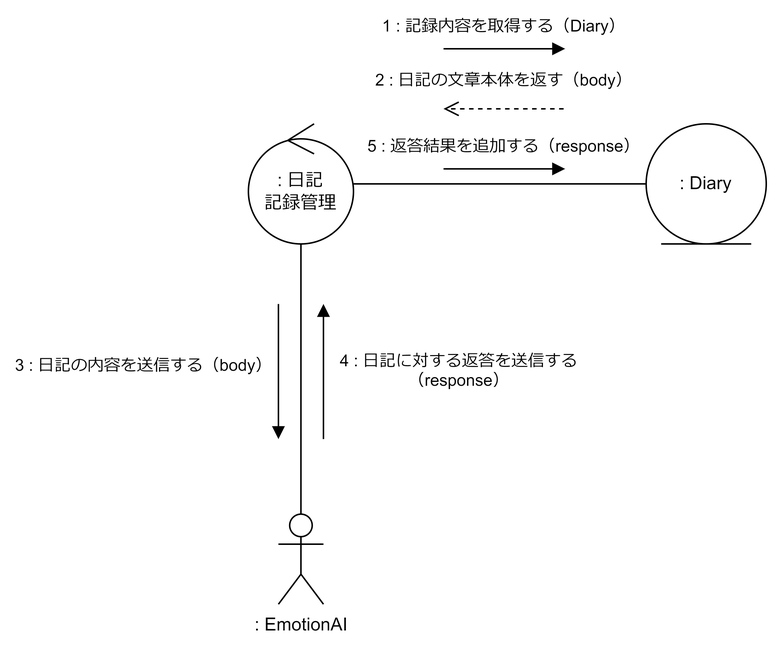
This is spec/figure_communication/export/#009_communication.png from ut42univ/EmoDialog, a draw.io export, as it was before one commit. Source tidied: cells renumbered, new cells last; positions are measured from the earlier drawing's top-left corner, leaving out a move shared by most shapes.
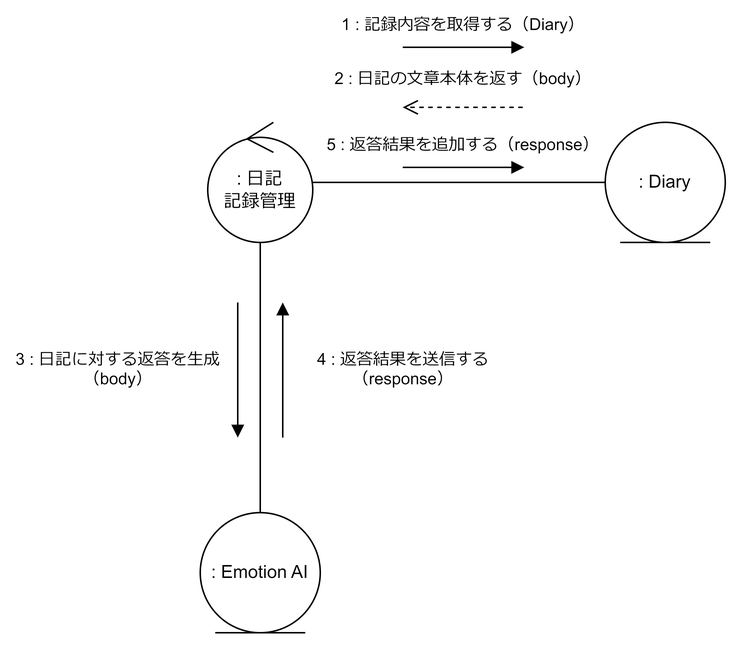
The same file after the commit.

Change to the diagram source:
```diff
@@ -2,13 +2,10 @@
   <root>
     <mxCell id="0" />
     <mxCell id="1" parent="0" />
-    <mxCell id="2" value=": EmotionAI" style="shape=umlActor;verticalLabelPosition=bottom;verticalAlign=top;html=1;" parent="1" vertex="1">
-      <mxGeometry x="20" y="310" width="30" height="60" as="geometry" />
-    </mxCell>
     <mxCell id="3" style="edgeStyle=none;html=1;rounded=0;endArrow=none;endFill=0;" parent="1" edge="1" source="5" target="6">
       <mxGeometry relative="1" as="geometry" />
     </mxCell>
-    <mxCell id="4" style="edgeStyle=none;rounded=0;html=1;entryX=0.5;entryY=0;entryDx=0;entryDy=0;entryPerimeter=0;endArrow=none;endFill=0;" parent="1" edge="1" source="5" target="2">
+    <mxCell id="4" style="edgeStyle=none;rounded=0;html=1;endArrow=none;endFill=0;" parent="1" edge="1" source="5" target="12">
       <mxGeometry relative="1" as="geometry" />
     </mxCell>
     <mxCell id="5" value=": 日記&lt;br&gt;記録管理" style="ellipse;shape=umlControl;whiteSpace=wrap;html=1;" parent="1" vertex="1">
@@ -29,14 +26,14 @@
         <mxPoint x="130" y="40" as="targetPoint" />
       </mxGeometry>
     </mxCell>
-    <mxCell id="9" value="3 : 日記の内容を送信する（body）" style="html=1;verticalAlign=bottom;endArrow=block;rounded=0;" parent="1" edge="1">
-      <mxGeometry x="0.11" y="-90" relative="1" as="geometry">
+    <mxCell id="9" value="3 : 日記に対する返答を生成&lt;br&gt;（body）" style="html=1;verticalAlign=bottom;endArrow=block;rounded=0;" parent="1" edge="1">
+      <mxGeometry x="0.33" y="-80" relative="1" as="geometry">
         <mxPoint x="20" y="170" as="sourcePoint" />
         <mxPoint x="20" y="260" as="targetPoint" />
       </mxGeometry>
     </mxCell>
-    <mxCell id="10" value="4 : 日記に対する返答を送信する&lt;br&gt;（response）" style="html=1;verticalAlign=bottom;endArrow=block;rounded=0;" parent="1" edge="1">
-      <mxGeometry x="-0.33" y="-90" relative="1" as="geometry">
+    <mxCell id="10" value="4 : 返答結果を送信する&lt;br&gt;（response）" style="html=1;verticalAlign=bottom;endArrow=block;rounded=0;" parent="1" edge="1">
+      <mxGeometry x="-0.33" y="-80" relative="1" as="geometry">
         <mxPoint x="50" y="260" as="sourcePoint" />
         <mxPoint x="50" y="170" as="targetPoint" />
       </mxGeometry>
@@ -47,5 +44,8 @@
         <mxPoint x="211" y="80" as="targetPoint" />
       </mxGeometry>
     </mxCell>
+    <mxCell id="12" value=": Emotion AI" style="ellipse;shape=umlEntity;whiteSpace=wrap;html=1;" parent="1" vertex="1">
+      <mxGeometry x="-5" y="310" width="80" height="80" as="geometry" />
+    </mxCell>
   </root>
 </mxGraphModel>
```
